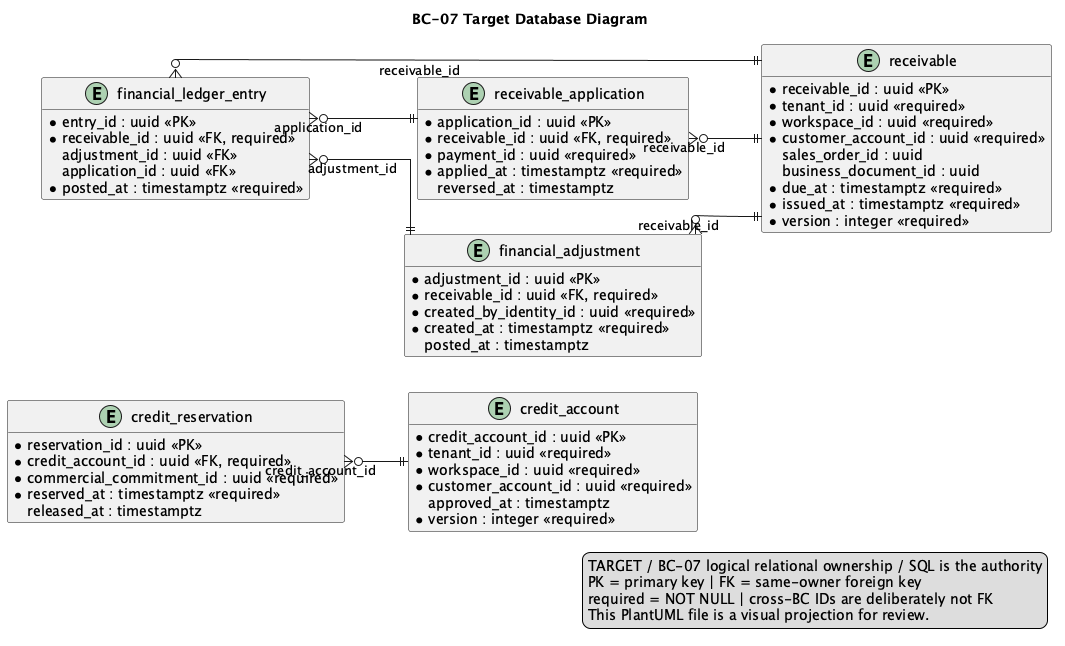
Earlier version of the PlantUML export 01-shared/domain/bounded-contexts/BC-07-credit-receivables/data/database-diagram.png (nexa-suite/blueprint). Its diagram source:
```plantuml
@startuml
title BC-07 Target Database Diagram
left to right direction
hide methods
skinparam shadowing false
skinparam linetype ortho
skinparam entity {
  BackgroundColor #F8FAFC
  BorderColor #334155
  FontColor #0F172A
}

entity "credit_account" as t_credit_account {
  * credit_account_id : uuid <<PK>>
  * tenant_id : uuid <<required>>
  * workspace_id : uuid <<required>>
  * customer_account_id : uuid <<required>>
  * credit_limit : numeric(19,4) <<required>>
  * currency : char(3) <<required>>
  * status : varchar(32) <<required>>
    approved_at : timestamptz
  * version : integer <<required>>
}

entity "credit_reservation" as t_credit_reservation {
  * reservation_id : uuid <<PK>>
  * credit_account_id : uuid <<FK, required>>
  * commercial_commitment_id : uuid <<required>>
  * amount : numeric(19,4) <<required>>
  * currency : char(3) <<required>>
  * status : varchar(32) <<required>>
  * reserved_at : timestamptz <<required>>
    released_at : timestamptz
}

entity "receivable" as t_receivable {
  * receivable_id : uuid <<PK>>
  * tenant_id : uuid <<required>>
  * workspace_id : uuid <<required>>
  * customer_account_id : uuid <<required>>
    sales_order_id : uuid
    business_document_id : uuid
  * original_amount : numeric(19,4) <<required>>
  * outstanding_amount : numeric(19,4) <<required>>
  * currency : char(3) <<required>>
  * due_at : timestamptz <<required>>
  * status : varchar(32) <<required>>
  * issued_at : timestamptz <<required>>
  * version : integer <<required>>
}

entity "receivable_application" as t_receivable_application {
  * application_id : uuid <<PK>>
  * receivable_id : uuid <<FK, required>>
  * payment_id : uuid <<required>>
  * amount : numeric(19,4) <<required>>
  * currency : char(3) <<required>>
  * applied_at : timestamptz <<required>>
    reversed_at : timestamptz
}

entity "financial_adjustment" as t_financial_adjustment {
  * adjustment_id : uuid <<PK>>
  * receivable_id : uuid <<FK, required>>
  * kind : varchar(32) <<required>>
  * amount : numeric(19,4) <<required>>
  * currency : char(3) <<required>>
  * reason : varchar(500) <<required>>
  * status : varchar(32) <<required>>
  * created_by_identity_id : uuid <<required>>
  * created_at : timestamptz <<required>>
    posted_at : timestamptz
}

entity "financial_ledger_entry" as t_financial_ledger_entry {
  * entry_id : uuid <<PK>>
  * receivable_id : uuid <<FK, required>>
    adjustment_id : uuid <<FK>>
    application_id : uuid <<FK>>
  * direction : varchar(16) <<required>>
  * amount : numeric(19,4) <<required>>
  * currency : char(3) <<required>>
  * posted_at : timestamptz <<required>>
}

t_credit_reservation }o--|| t_credit_account : credit_account_id
t_receivable_application }o--|| t_receivable : receivable_id
t_financial_adjustment }o--|| t_receivable : receivable_id
t_financial_ledger_entry }o--|| t_receivable : receivable_id
t_financial_ledger_entry }o--|| t_financial_adjustment : adjustment_id
t_financial_ledger_entry }o--|| t_receivable_application : application_id

legend right
TARGET / BC-07 logical relational ownership / SQL is the authority
PK = primary key | FK = same-owner foreign key
required = NOT NULL | cross-BC IDs are deliberately not FK
This PlantUML file is a visual projection for review.
endlegend
@enduml
```
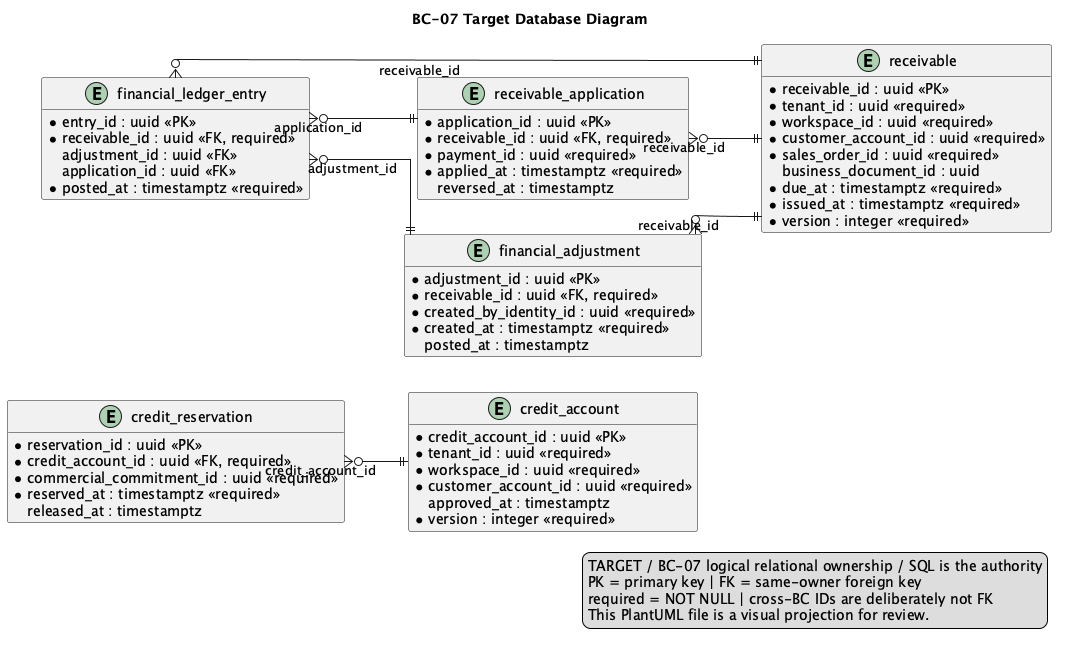
Above is the later version.

The edit, as a diff of the source:
```diff
@@ -38,7 +38,7 @@
   * tenant_id : uuid <<required>>
   * workspace_id : uuid <<required>>
   * customer_account_id : uuid <<required>>
-    sales_order_id : uuid
+  * sales_order_id : uuid <<required>>
     business_document_id : uuid
   * original_amount : numeric(19,4) <<required>>
   * outstanding_amount : numeric(19,4) <<required>>
```
